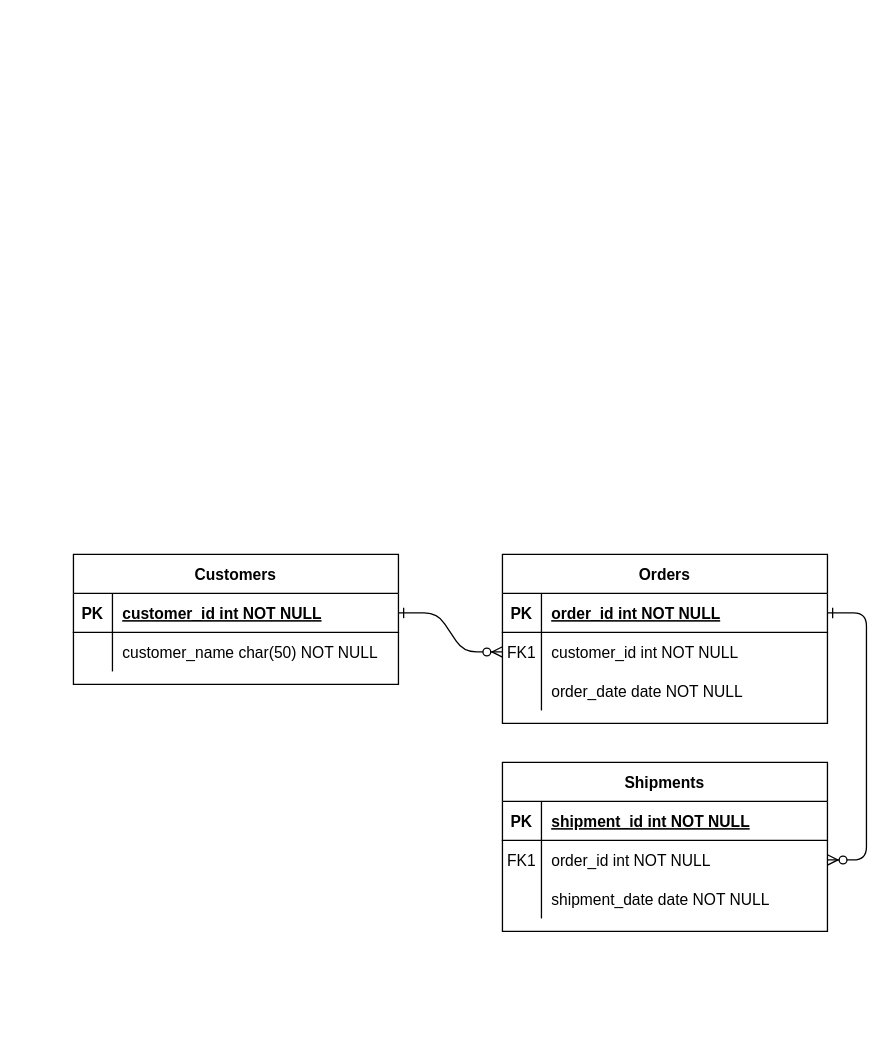
The draw.io diagram Untitled Diagram.drawio in fideliskaruri/UmmaSecuregate, before the edit. Source tidied: cells renumbered, new cells numbered last; positions are measured from the earlier drawing's top-left corner, leaving out a move shared by most shapes. Both pictures are drawn from the tidied source at 130%, with x=0, y=0 at pixel (73, 554).
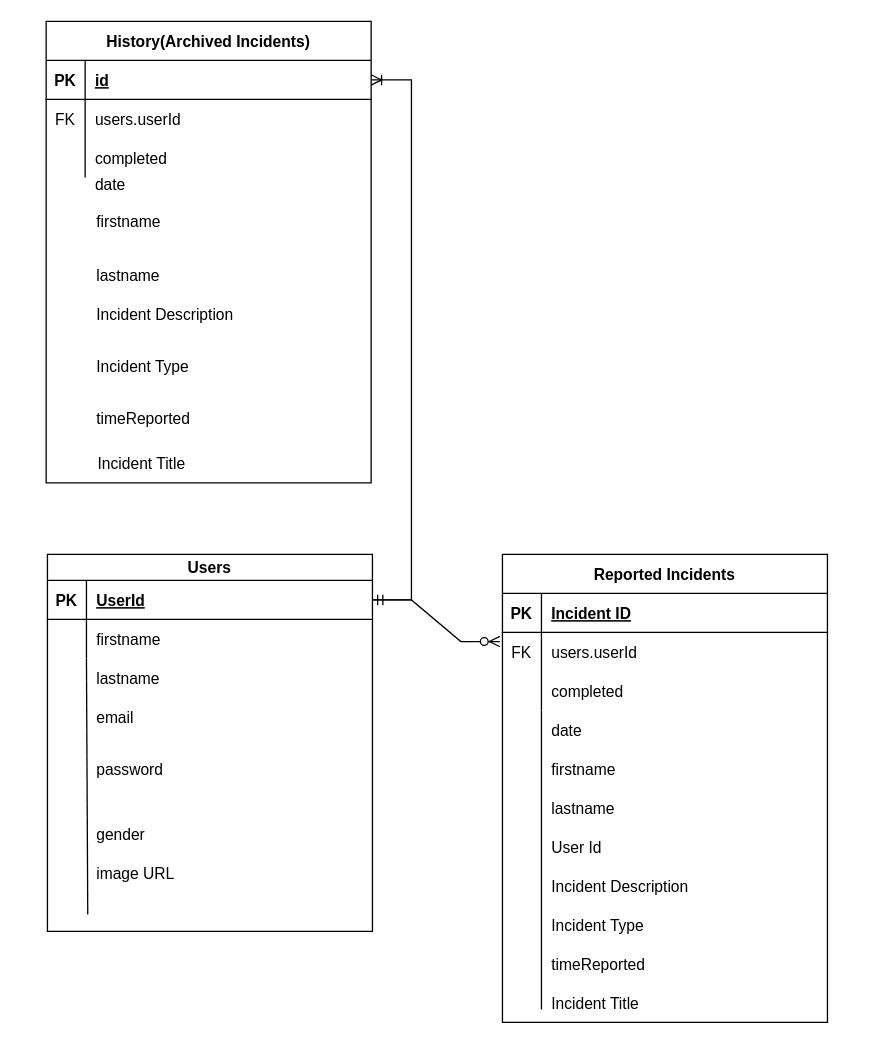
After the change.

Unchanged cells that the change refers to:
```xml
<mxCell id="5" style="shape=partialRectangle;fillColor=none;points=[[0,0.5],[1,0.5]];portConstraint=eastwest;top=0;left=0;right=0;bottom=1;" parent="4" vertex="1">
  <mxGeometry y="30" width="250" height="30" as="geometry" />
</mxCell>
<mxCell id="8" style="shape=partialRectangle;fillColor=none;points=[[0,0.5],[1,0.5]];portConstraint=eastwest;top=0;left=0;right=0;bottom=0;" parent="4" vertex="1">
  <mxGeometry y="60" width="250" height="30" as="geometry" />
</mxCell>
<mxCell id="11" style="shape=partialRectangle;fillColor=none;top=0;left=0;right=0;bottom=0;" parent="4" vertex="1">
  <mxGeometry y="90" width="250" height="30" as="geometry" />
</mxCell>
```

Change to the diagram source:
```diff
@@
-    <mxCell id="2" style="edgeStyle=entityRelationEdgeStyle;endArrow=ERzeroToMany;startArrow=ERone;endFill=1;startFill=0;" parent="1" edge="1" source="25" target="8">
-      <mxGeometry relative="1" as="geometry" />
-    </mxCell>
-    <mxCell id="3" style="edgeStyle=entityRelationEdgeStyle;endArrow=ERzeroToMany;startArrow=ERone;endFill=1;startFill=0;" parent="1" edge="1" source="5" target="18">
-      <mxGeometry relative="1" as="geometry" />
-    </mxCell>
-    <mxCell id="4" value="Orders" style="shape=table;startSize=30;childLayout=tableLayout;rowLines=0;fontStyle=1;align=center;" parent="1" vertex="1">
-      <mxGeometry x="330" width="250" height="130" as="geometry" />
+    <mxCell id="4" value="Reported Incidents" style="shape=table;startSize=30;childLayout=tableLayout;rowLines=0;fontStyle=1;align=center;" parent="1" vertex="1">
+      <mxGeometry x="330" width="250" height="360" as="geometry" />
     </mxCell>
@@
-    <mxCell id="7" value="order_id int NOT NULL " style="shape=partialRectangle;overflow=hidden;fillColor=none;top=0;left=0;bottom=0;right=0;align=left;spacingLeft=6;fontStyle=5;" parent="5" vertex="1">
+    <mxCell id="7" value="Incident ID" style="shape=partialRectangle;overflow=hidden;fillColor=none;top=0;left=0;bottom=0;right=0;align=left;spacingLeft=6;fontStyle=5;" parent="5" vertex="1">
       <mxGeometry x="30" width="220" height="30" as="geometry" />
     </mxCell>
@@
-    <mxCell id="9" value="FK1" style="shape=partialRectangle;overflow=hidden;fillColor=none;top=0;left=0;bottom=0;right=0;" parent="8" vertex="1">
+    <mxCell id="9" value="FK" style="shape=partialRectangle;overflow=hidden;fillColor=none;top=0;left=0;bottom=0;right=0;" parent="8" vertex="1">
       <mxGeometry width="30" height="30" as="geometry" />
     </mxCell>
-    <mxCell id="10" value="customer_id int NOT NULL" style="shape=partialRectangle;overflow=hidden;fillColor=none;top=0;left=0;bottom=0;right=0;align=left;spacingLeft=6;" parent="8" vertex="1">
+    <mxCell id="10" value="users.userId" style="shape=partialRectangle;overflow=hidden;fillColor=none;top=0;left=0;bottom=0;right=0;align=left;spacingLeft=6;" parent="8" vertex="1">
       <mxGeometry x="30" width="220" height="30" as="geometry" />
     </mxCell>
@@
-    <mxCell id="13" value="order_date date NOT NULL" style="shape=partialRectangle;overflow=hidden;fillColor=none;top=0;left=0;bottom=0;right=0;align=left;spacingLeft=6;" parent="11" vertex="1">
+    <mxCell id="13" value="completed" style="shape=partialRectangle;overflow=hidden;fillColor=none;top=0;left=0;bottom=0;right=0;align=left;spacingLeft=6;" parent="11" vertex="1">
       <mxGeometry x="30" width="220" height="30" as="geometry" />
     </mxCell>
-    <mxCell id="14" value="Shipments" style="shape=table;startSize=30;childLayout=tableLayout;rowLines=0;fontStyle=1;align=center;" parent="1" vertex="1">
-      <mxGeometry x="330" y="160" width="250" height="130" as="geometry" />
-    </mxCell>
-    <mxCell id="15" style="shape=partialRectangle;fillColor=none;points=[[0,0.5],[1,0.5]];portConstraint=eastwest;top=0;left=0;right=0;bottom=1;" parent="14" vertex="1">
-      <mxGeometry y="30" width="250" height="30" as="geometry" />
-    </mxCell>
-    <mxCell id="16" value="PK" style="shape=partialRectangle;overflow=hidden;fillColor=none;top=0;left=0;bottom=0;right=0;fontStyle=1;" parent="15" vertex="1">
-      <mxGeometry width="30" height="30" as="geometry" />
-    </mxCell>
-    <mxCell id="17" value="shipment_id int NOT NULL " style="shape=partialRectangle;overflow=hidden;fillColor=none;top=0;left=0;bottom=0;right=0;align=left;spacingLeft=6;fontStyle=5;" parent="15" vertex="1">
-      <mxGeometry x="30" width="220" height="30" as="geometry" />
-    </mxCell>
-    <mxCell id="18" style="shape=partialRectangle;fillColor=none;points=[[0,0.5],[1,0.5]];portConstraint=eastwest;top=0;left=0;right=0;bottom=0;" parent="14" vertex="1">
-      <mxGeometry y="60" width="250" height="30" as="geometry" />
-    </mxCell>
-    <mxCell id="19" value="FK1" style="shape=partialRectangle;overflow=hidden;fillColor=none;top=0;left=0;bottom=0;right=0;" parent="18" vertex="1">
-      <mxGeometry width="30" height="30" as="geometry" />
-    </mxCell>
-    <mxCell id="20" value="order_id int NOT NULL" style="shape=partialRectangle;overflow=hidden;fillColor=none;top=0;left=0;bottom=0;right=0;align=left;spacingLeft=6;" parent="18" vertex="1">
-      <mxGeometry x="30" width="220" height="30" as="geometry" />
-    </mxCell>
-    <mxCell id="21" style="shape=partialRectangle;fillColor=none;top=0;left=0;right=0;bottom=0;" parent="14" vertex="1">
-      <mxGeometry y="90" width="250" height="30" as="geometry" />
-    </mxCell>
-    <mxCell id="22" style="shape=partialRectangle;overflow=hidden;fillColor=none;top=0;left=0;bottom=0;right=0;" parent="21" vertex="1">
-      <mxGeometry width="30" height="30" as="geometry" />
-    </mxCell>
-    <mxCell id="23" value="shipment_date date NOT NULL" style="shape=partialRectangle;overflow=hidden;fillColor=none;top=0;left=0;bottom=0;right=0;align=left;spacingLeft=6;" parent="21" vertex="1">
-      <mxGeometry x="30" width="220" height="30" as="geometry" />
-    </mxCell>
-    <mxCell id="24" value="Customers" style="shape=table;startSize=30;childLayout=tableLayout;rowLines=0;fontStyle=1;align=center;" parent="1" vertex="1">
-      <mxGeometry width="250" height="100" as="geometry" />
+    <mxCell id="24" value="Users" style="shape=table;startSize=20;childLayout=tableLayout;rowLines=0;fontStyle=1;align=center;" parent="1" vertex="1">
+      <mxGeometry x="-20" width="250" height="290" as="geometry" />
     </mxCell>
     <mxCell id="25" style="shape=partialRectangle;fillColor=none;points=[[0,0.5],[1,0.5]];portConstraint=eastwest;top=0;left=0;right=0;bottom=1;" parent="24" vertex="1">
-      <mxGeometry y="30" width="250" height="30" as="geometry" />
+      <mxGeometry y="20" width="250" height="30" as="geometry" />
     </mxCell>
@@
-    <mxCell id="27" value="customer_id int NOT NULL " style="shape=partialRectangle;overflow=hidden;fillColor=none;top=0;left=0;bottom=0;right=0;align=left;spacingLeft=6;fontStyle=5;" parent="25" vertex="1">
+    <mxCell id="27" value="UserId" style="shape=partialRectangle;overflow=hidden;fillColor=none;top=0;left=0;bottom=0;right=0;align=left;spacingLeft=6;fontStyle=5;" parent="25" vertex="1">
       <mxGeometry x="30" width="220" height="30" as="geometry" />
     </mxCell>
     <mxCell id="28" style="shape=partialRectangle;fillColor=none;top=0;left=0;right=0;bottom=0;" parent="24" vertex="1">
-      <mxGeometry y="60" width="250" height="30" as="geometry" />
+      <mxGeometry y="50" width="250" height="30" as="geometry" />
     </mxCell>
@@
-    <mxCell id="30" value="customer_name char(50) NOT NULL" style="shape=partialRectangle;overflow=hidden;fillColor=none;top=0;left=0;bottom=0;right=0;align=left;spacingLeft=6;" parent="28" vertex="1">
+    <mxCell id="30" value="firstname    " style="shape=partialRectangle;overflow=hidden;fillColor=none;top=0;left=0;bottom=0;right=0;align=left;spacingLeft=6;" parent="28" vertex="1">
       <mxGeometry x="30" width="220" height="30" as="geometry" />
     </mxCell>
+    <mxCell id="31" style="shape=partialRectangle;fillColor=none;top=0;left=0;right=0;bottom=0;" parent="1" vertex="1">
+      <mxGeometry x="-20" y="150" width="250" height="30" as="geometry" />
+    </mxCell>
+    <mxCell id="32" style="shape=partialRectangle;overflow=hidden;fillColor=none;top=0;left=0;bottom=0;right=0;" parent="31" vertex="1">
+      <mxGeometry x="-20" y="-30" width="30" height="30" as="geometry" />
+    </mxCell>
+    <mxCell id="33" value="password" style="shape=partialRectangle;overflow=hidden;fillColor=none;top=0;left=0;bottom=0;right=0;align=left;spacingLeft=6;" parent="31" vertex="1">
+      <mxGeometry x="30" width="220" height="30" as="geometry" />
+    </mxCell>
+    <mxCell id="34" style="shape=partialRectangle;fillColor=none;top=0;left=0;right=0;bottom=0;" parent="1" vertex="1">
+      <mxGeometry x="-20" y="80" width="250" height="30" as="geometry" />
+    </mxCell>
+    <mxCell id="35" style="shape=partialRectangle;overflow=hidden;fillColor=none;top=0;left=0;bottom=0;right=0;" parent="34" vertex="1">
+      <mxGeometry x="-20" y="-30" width="30" height="30" as="geometry" />
+    </mxCell>
+    <mxCell id="36" value="lastname    " style="shape=partialRectangle;overflow=hidden;fillColor=none;top=0;left=0;bottom=0;right=0;align=left;spacingLeft=6;" parent="34" vertex="1">
+      <mxGeometry x="30" width="220" height="30" as="geometry" />
+    </mxCell>
+    <mxCell id="37" style="shape=partialRectangle;fillColor=none;top=0;left=0;right=0;bottom=0;" parent="1" vertex="1">
+      <mxGeometry x="-20" y="110" width="250" height="30" as="geometry" />
+    </mxCell>
+    <mxCell id="38" style="shape=partialRectangle;overflow=hidden;fillColor=none;top=0;left=0;bottom=0;right=0;" parent="37" vertex="1">
+      <mxGeometry x="-20" y="-30" width="30" height="30" as="geometry" />
+    </mxCell>
+    <mxCell id="39" value="email" style="shape=partialRectangle;overflow=hidden;fillColor=none;top=0;left=0;bottom=0;right=0;align=left;spacingLeft=6;" parent="37" vertex="1">
+      <mxGeometry x="30" width="220" height="30" as="geometry" />
+    </mxCell>
+    <mxCell id="40" style="endArrow=none;html=1;rounded=0;exitX=0.124;exitY=1.233;exitDx=0;exitDy=0;exitPerimeter=0;" parent="1" edge="1">
+      <mxGeometry relative="1" as="geometry">
+        <mxPoint x="11" y="277" as="sourcePoint" />
+        <mxPoint x="10" y="80" as="targetPoint" />
+      </mxGeometry>
+    </mxCell>
+    <mxCell id="41" style="shape=partialRectangle;fillColor=none;top=0;left=0;right=0;bottom=0;" parent="1" vertex="1">
+      <mxGeometry y="270" width="250" height="30" as="geometry" />
+    </mxCell>
+    <mxCell id="42" style="shape=partialRectangle;overflow=hidden;fillColor=none;top=0;left=0;bottom=0;right=0;" parent="41" vertex="1">
+      <mxGeometry x="-20" y="-30" width="30" height="30" as="geometry" />
+    </mxCell>
+    <mxCell id="43" value="gender" style="shape=partialRectangle;overflow=hidden;fillColor=none;top=0;left=0;bottom=0;right=0;align=left;spacingLeft=6;" parent="1" vertex="1">
+      <mxGeometry x="10" y="200" width="220" height="30" as="geometry" />
+    </mxCell>
+    <mxCell id="44" value="image URL" style="shape=partialRectangle;overflow=hidden;fillColor=none;top=0;left=0;bottom=0;right=0;align=left;spacingLeft=6;" parent="1" vertex="1">
+      <mxGeometry x="10" y="230" width="220" height="30" as="geometry" />
+    </mxCell>
+    <mxCell id="45" value="date" style="shape=partialRectangle;overflow=hidden;fillColor=none;top=0;left=0;bottom=0;right=0;align=left;spacingLeft=6;" parent="1" vertex="1">
+      <mxGeometry x="360" y="120" width="220" height="30" as="geometry" />
+    </mxCell>
+    <mxCell id="46" value="firstname" style="shape=partialRectangle;overflow=hidden;fillColor=none;top=0;left=0;bottom=0;right=0;align=left;spacingLeft=6;" parent="1" vertex="1">
+      <mxGeometry x="360" y="150" width="220" height="30" as="geometry" />
+    </mxCell>
+    <mxCell id="47" value="lastname" style="shape=partialRectangle;overflow=hidden;fillColor=none;top=0;left=0;bottom=0;right=0;align=left;spacingLeft=6;" parent="1" vertex="1">
+      <mxGeometry x="360" y="180" width="220" height="30" as="geometry" />
+    </mxCell>
+    <mxCell id="48" value="User Id" style="shape=partialRectangle;overflow=hidden;fillColor=none;top=0;left=0;bottom=0;right=0;align=left;spacingLeft=6;" parent="1" vertex="1">
+      <mxGeometry x="360" y="210" width="220" height="30" as="geometry" />
+    </mxCell>
+    <mxCell id="49" value="Incident Description" style="shape=partialRectangle;overflow=hidden;fillColor=none;top=0;left=0;bottom=0;right=0;align=left;spacingLeft=6;" parent="1" vertex="1">
+      <mxGeometry x="360" y="240" width="220" height="30" as="geometry" />
+    </mxCell>
+    <mxCell id="50" value="Incident Type" style="shape=partialRectangle;overflow=hidden;fillColor=none;top=0;left=0;bottom=0;right=0;align=left;spacingLeft=6;" parent="1" vertex="1">
+      <mxGeometry x="360" y="270" width="220" height="30" as="geometry" />
+    </mxCell>
+    <mxCell id="51" value="timeReported" style="shape=partialRectangle;overflow=hidden;fillColor=none;top=0;left=0;bottom=0;right=0;align=left;spacingLeft=6;" parent="1" vertex="1">
+      <mxGeometry x="360" y="300" width="220" height="30" as="geometry" />
+    </mxCell>
+    <mxCell id="52" value="Incident Title" style="shape=partialRectangle;overflow=hidden;fillColor=none;top=0;left=0;bottom=0;right=0;align=left;spacingLeft=6;" parent="1" vertex="1">
+      <mxGeometry x="360" y="330" width="220" height="30" as="geometry" />
+    </mxCell>
+    <mxCell id="53" style="endArrow=none;html=1;rounded=0;" parent="1" edge="1">
+      <mxGeometry relative="1" as="geometry">
+        <mxPoint x="360" y="350" as="sourcePoint" />
+        <mxPoint x="360" y="120" as="targetPoint" />
+      </mxGeometry>
+    </mxCell>
+    <mxCell id="2" style="edgeStyle=entityRelationEdgeStyle;fontSize=12;html=1;endArrow=ERzeroToMany;startArrow=ERmandOne;rounded=0;exitX=1;exitY=0.5;exitDx=0;exitDy=0;entryX=-0.008;entryY=0.233;entryDx=0;entryDy=0;entryPerimeter=0;" parent="1" edge="1" source="25" target="8">
+      <mxGeometry relative="1" as="geometry">
+        <Array as="points">
+          <mxPoint x="290" y="80" />
+        </Array>
+      </mxGeometry>
+    </mxCell>
+    <mxCell id="54" value="History(Archived Incidents)" style="shape=table;startSize=30;childLayout=tableLayout;rowLines=0;fontStyle=1;align=center;" parent="1" vertex="1">
+      <mxGeometry x="-21" y="-410" width="250" height="355" as="geometry" />
+    </mxCell>
+    <mxCell id="15" style="shape=partialRectangle;fillColor=none;points=[[0,0.5],[1,0.5]];portConstraint=eastwest;top=0;left=0;right=0;bottom=1;" parent="54" vertex="1">
+      <mxGeometry y="30" width="250" height="30" as="geometry" />
+    </mxCell>
+    <mxCell id="16" value="PK" style="shape=partialRectangle;overflow=hidden;fillColor=none;top=0;left=0;bottom=0;right=0;fontStyle=1;" parent="15" vertex="1">
+      <mxGeometry width="30" height="30" as="geometry" />
+    </mxCell>
+    <mxCell id="55" value="id" style="shape=partialRectangle;overflow=hidden;fillColor=none;top=0;left=0;bottom=0;right=0;align=left;spacingLeft=6;fontStyle=5;" parent="15" vertex="1">
+      <mxGeometry x="30" width="220" height="30" as="geometry" />
+    </mxCell>
+    <mxCell id="18" style="shape=partialRectangle;fillColor=none;points=[[0,0.5],[1,0.5]];portConstraint=eastwest;top=0;left=0;right=0;bottom=0;" parent="54" vertex="1">
+      <mxGeometry y="60" width="250" height="30" as="geometry" />
+    </mxCell>
+    <mxCell id="56" value="FK" style="shape=partialRectangle;overflow=hidden;fillColor=none;top=0;left=0;bottom=0;right=0;" parent="18" vertex="1">
+      <mxGeometry width="30" height="30" as="geometry" />
+    </mxCell>
+    <mxCell id="57" value="users.userId" style="shape=partialRectangle;overflow=hidden;fillColor=none;top=0;left=0;bottom=0;right=0;align=left;spacingLeft=6;" parent="18" vertex="1">
+      <mxGeometry x="30" width="220" height="30" as="geometry" />
+    </mxCell>
+    <mxCell id="21" style="shape=partialRectangle;fillColor=none;top=0;left=0;right=0;bottom=0;" parent="54" vertex="1">
+      <mxGeometry y="90" width="250" height="30" as="geometry" />
+    </mxCell>
+    <mxCell id="22" style="shape=partialRectangle;overflow=hidden;fillColor=none;top=0;left=0;bottom=0;right=0;" parent="21" vertex="1">
+      <mxGeometry width="30" height="30" as="geometry" />
+    </mxCell>
+    <mxCell id="58" value="completed" style="shape=partialRectangle;overflow=hidden;fillColor=none;top=0;left=0;bottom=0;right=0;align=left;spacingLeft=6;" parent="21" vertex="1">
+      <mxGeometry x="30" width="220" height="30" as="geometry" />
+    </mxCell>
+    <mxCell id="59" value="date" style="shape=partialRectangle;overflow=hidden;fillColor=none;top=0;left=0;bottom=0;right=0;align=left;spacingLeft=6;" parent="1" vertex="1">
+      <mxGeometry x="9" y="-300" width="220" height="30" as="geometry" />
+    </mxCell>
+    <mxCell id="60" value="firstname" style="shape=partialRectangle;overflow=hidden;fillColor=none;top=0;left=0;bottom=0;right=0;align=left;spacingLeft=6;" parent="1" vertex="1">
+      <mxGeometry x="10" y="-271" width="220" height="30" as="geometry" />
+    </mxCell>
+    <mxCell id="61" value="lastname" style="shape=partialRectangle;overflow=hidden;fillColor=none;top=0;left=0;bottom=0;right=0;align=left;spacingLeft=6;" parent="1" vertex="1">
+      <mxGeometry x="10" y="-230" width="220" height="30" as="geometry" />
+    </mxCell>
+    <mxCell id="62" value="Incident Description" style="shape=partialRectangle;overflow=hidden;fillColor=none;top=0;left=0;bottom=0;right=0;align=left;spacingLeft=6;" parent="1" vertex="1">
+      <mxGeometry x="10" y="-200" width="220" height="30" as="geometry" />
+    </mxCell>
+    <mxCell id="63" value="Incident Type" style="shape=partialRectangle;overflow=hidden;fillColor=none;top=0;left=0;bottom=0;right=0;align=left;spacingLeft=6;" parent="1" vertex="1">
+      <mxGeometry x="10" y="-160" width="220" height="30" as="geometry" />
+    </mxCell>
+    <mxCell id="64" value="timeReported" style="shape=partialRectangle;overflow=hidden;fillColor=none;top=0;left=0;bottom=0;right=0;align=left;spacingLeft=6;" parent="1" vertex="1">
+      <mxGeometry x="10" y="-120" width="220" height="30" as="geometry" />
+    </mxCell>
+    <mxCell id="65" value="Incident Title" style="shape=partialRectangle;overflow=hidden;fillColor=none;top=0;left=0;bottom=0;right=0;align=left;spacingLeft=6;" parent="1" vertex="1">
+      <mxGeometry x="11" y="-85" width="220" height="30" as="geometry" />
+    </mxCell>
+    <mxCell id="66" style="edgeStyle=entityRelationEdgeStyle;fontSize=12;html=1;endArrow=ERoneToMany;rounded=0;entryX=1;entryY=0.5;entryDx=0;entryDy=0;" parent="1" edge="1" source="25" target="15">
+      <mxGeometry relative="1" as="geometry">
+        <Array as="points">
+          <mxPoint x="-64" y="150" />
+        </Array>
+      </mxGeometry>
+    </mxCell>
```
